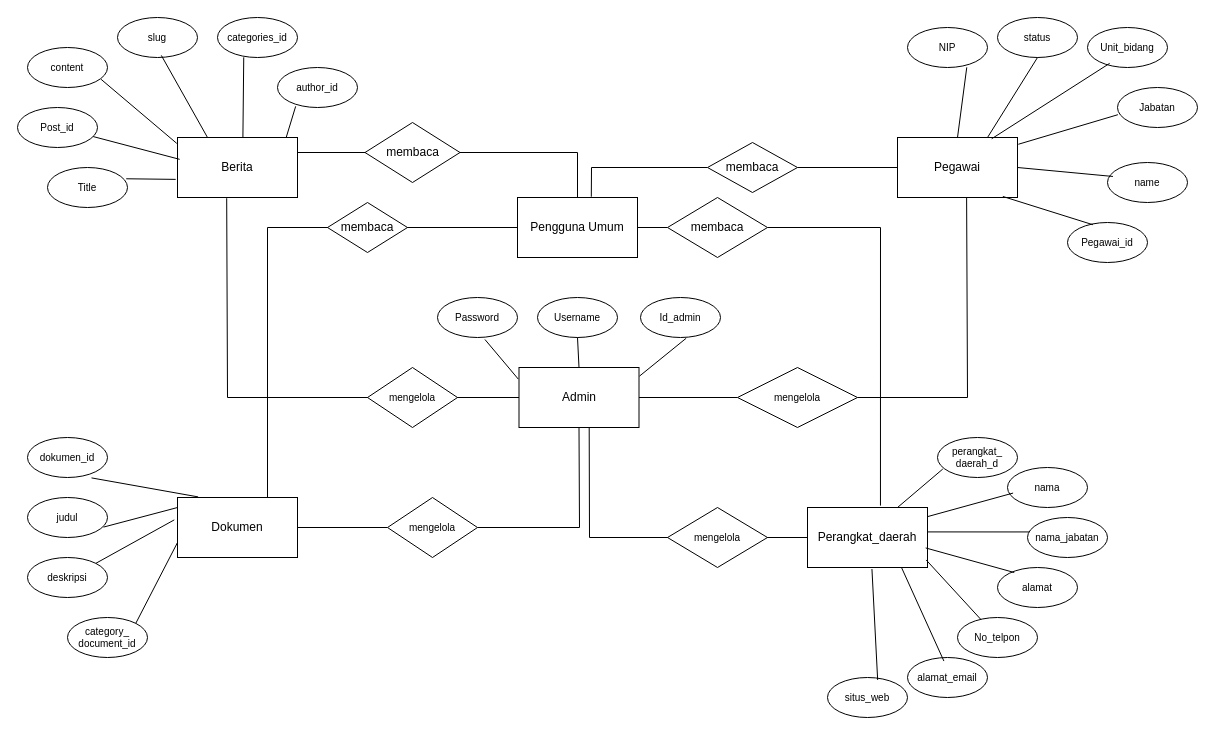
dhmsAdhty/useCase keeps this draw.io diagram as ERD.drawio. Above is the earlier version. Source tidied: cells renumbered, new cells numbered last; positions are measured from the earlier drawing's top-left corner, leaving out a move shared by most shapes. Both pictures are drawn from the tidied source at 100%, with x=0, y=0 at pixel (17, 17).
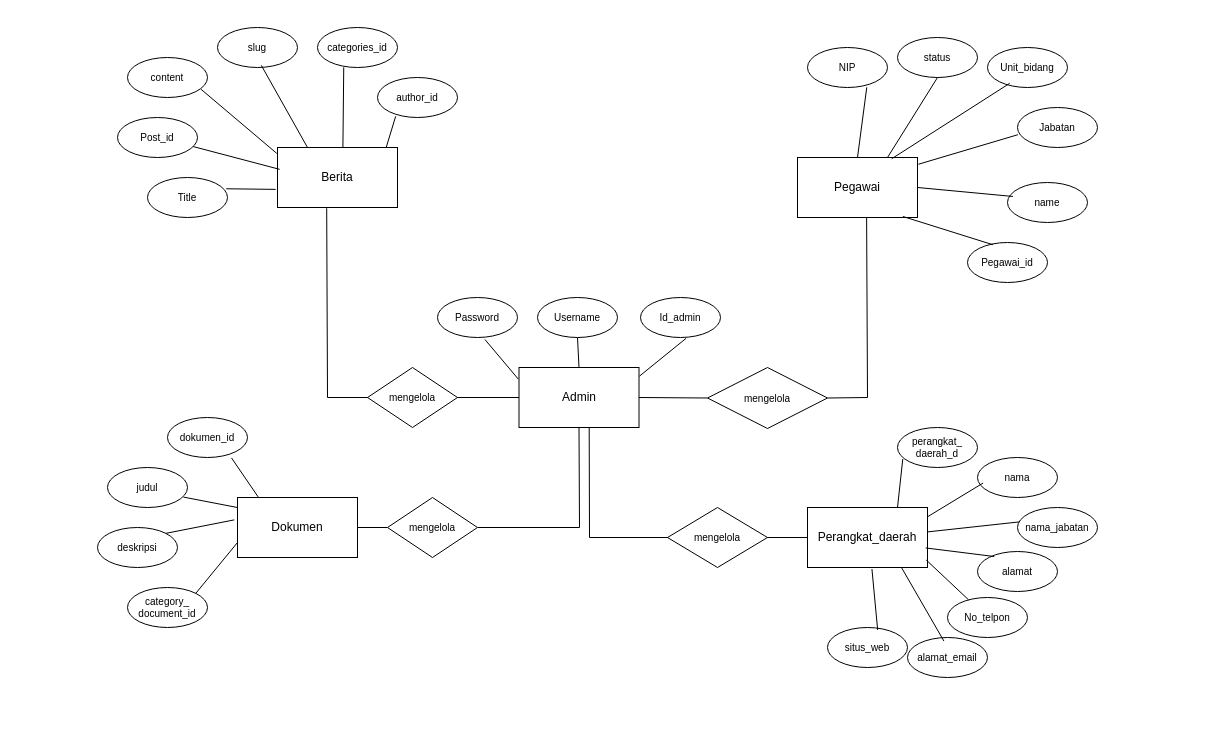
The same page after the edit.

Unchanged cells that the change refers to:
```xml
<mxCell id="2" value="Admin" style="rounded=0;whiteSpace=wrap;html=1;" parent="1" vertex="1">
  <mxGeometry x="501.5" y="350" width="120" height="60" as="geometry" />
</mxCell>
<mxCell id="11" value="Perangkat_daerah" style="rounded=0;whiteSpace=wrap;html=1;" parent="1" vertex="1">
  <mxGeometry x="790" y="490" width="120" height="60" as="geometry" />
</mxCell>
```

Change to the diagram source:
```diff
@@
     <mxCell id="9" value="Berita" style="rounded=0;whiteSpace=wrap;html=1;" parent="1" vertex="1">
-      <mxGeometry x="160" y="120" width="120" height="60" as="geometry" />
+      <mxGeometry x="260" y="130" width="120" height="60" as="geometry" />
     </mxCell>
     <mxCell id="10" value="Pegawai" style="rounded=0;whiteSpace=wrap;html=1;" parent="1" vertex="1">
-      <mxGeometry x="880" y="120" width="120" height="60" as="geometry" />
+      <mxGeometry x="780" y="140" width="120" height="60" as="geometry" />
     </mxCell>
@@
     <mxCell id="12" value="Post_id" style="ellipse;whiteSpace=wrap;html=1;fontSize=10;" parent="1" vertex="1">
-      <mxGeometry y="90" width="80" height="40" as="geometry" />
+      <mxGeometry x="100" y="100" width="80" height="40" as="geometry" />
     </mxCell>
     <mxCell id="13" value="content" style="ellipse;whiteSpace=wrap;html=1;fontSize=10;" parent="1" vertex="1">
-      <mxGeometry x="10" y="30" width="80" height="40" as="geometry" />
+      <mxGeometry x="110" y="40" width="80" height="40" as="geometry" />
     </mxCell>
     <mxCell id="14" value="slug" style="ellipse;whiteSpace=wrap;html=1;fontSize=10;" parent="1" vertex="1">
-      <mxGeometry x="100" width="80" height="40" as="geometry" />
+      <mxGeometry x="200" y="10" width="80" height="40" as="geometry" />
     </mxCell>
     <mxCell id="15" value="categories_id" style="ellipse;whiteSpace=wrap;html=1;fontSize=10;" parent="1" vertex="1">
-      <mxGeometry x="200" width="80" height="40" as="geometry" />
+      <mxGeometry x="300" y="10" width="80" height="40" as="geometry" />
     </mxCell>
     <mxCell id="16" value="author_id" style="ellipse;whiteSpace=wrap;html=1;fontSize=10;" parent="1" vertex="1">
-      <mxGeometry x="260" y="50" width="80" height="40" as="geometry" />
+      <mxGeometry x="360" y="60" width="80" height="40" as="geometry" />
     </mxCell>
     <mxCell id="17" value="Title" style="ellipse;whiteSpace=wrap;html=1;fontSize=10;" parent="1" vertex="1">
-      <mxGeometry x="30" y="150" width="80" height="40" as="geometry" />
+      <mxGeometry x="130" y="160" width="80" height="40" as="geometry" />
     </mxCell>
@@
     <mxCell id="24" value="status" style="ellipse;whiteSpace=wrap;html=1;fontSize=10;" parent="1" vertex="1">
-      <mxGeometry x="980" width="80" height="40" as="geometry" />
+      <mxGeometry x="880" y="20" width="80" height="40" as="geometry" />
     </mxCell>
     <mxCell id="25" value="Unit_bidang" style="ellipse;whiteSpace=wrap;html=1;fontSize=10;" parent="1" vertex="1">
-      <mxGeometry x="1070" y="10" width="80" height="40" as="geometry" />
+      <mxGeometry x="970" y="30" width="80" height="40" as="geometry" />
     </mxCell>
     <mxCell id="26" value="NIP" style="ellipse;whiteSpace=wrap;html=1;fontSize=10;" parent="1" vertex="1">
-      <mxGeometry x="890" y="10" width="80" height="40" as="geometry" />
+      <mxGeometry x="790" y="30" width="80" height="40" as="geometry" />
     </mxCell>
     <mxCell id="27" value="Jabatan" style="ellipse;whiteSpace=wrap;html=1;fontSize=10;" parent="1" vertex="1">
-      <mxGeometry x="1100" y="70" width="80" height="40" as="geometry" />
+      <mxGeometry x="1000" y="90" width="80" height="40" as="geometry" />
     </mxCell>
     <mxCell id="28" value="name" style="ellipse;whiteSpace=wrap;html=1;fontSize=10;" parent="1" vertex="1">
-      <mxGeometry x="1090" y="145" width="80" height="40" as="geometry" />
+      <mxGeometry x="990" y="165" width="80" height="40" as="geometry" />
     </mxCell>
     <mxCell id="29" value="Pegawai_id" style="ellipse;whiteSpace=wrap;html=1;fontSize=10;" parent="1" vertex="1">
-      <mxGeometry x="1050" y="205" width="80" height="40" as="geometry" />
+      <mxGeometry x="950" y="225" width="80" height="40" as="geometry" />
     </mxCell>
@@
     <mxCell id="36" value="Dokumen" style="rounded=0;whiteSpace=wrap;html=1;" parent="1" vertex="1">
-      <mxGeometry x="160" y="480" width="120" height="60" as="geometry" />
+      <mxGeometry x="220" y="480" width="120" height="60" as="geometry" />
     </mxCell>
     <mxCell id="37" value="&lt;div&gt;category_&lt;/div&gt;&lt;div&gt;document_id&lt;br&gt;&lt;/div&gt;" style="ellipse;whiteSpace=wrap;html=1;fontSize=10;" parent="1" vertex="1">
-      <mxGeometry x="50" y="600" width="80" height="40" as="geometry" />
+      <mxGeometry x="110" y="570" width="80" height="40" as="geometry" />
     </mxCell>
     <mxCell id="38" value="deskripsi" style="ellipse;whiteSpace=wrap;html=1;fontSize=10;" parent="1" vertex="1">
-      <mxGeometry x="10" y="540" width="80" height="40" as="geometry" />
+      <mxGeometry x="80" y="510" width="80" height="40" as="geometry" />
     </mxCell>
     <mxCell id="39" value="judul" style="ellipse;whiteSpace=wrap;html=1;fontSize=10;" parent="1" vertex="1">
-      <mxGeometry x="10" y="480" width="80" height="40" as="geometry" />
+      <mxGeometry x="90" y="450" width="80" height="40" as="geometry" />
     </mxCell>
     <mxCell id="40" value="dokumen_id" style="ellipse;whiteSpace=wrap;html=1;fontSize=10;" parent="1" vertex="1">
-      <mxGeometry x="10" y="420" width="80" height="40" as="geometry" />
+      <mxGeometry x="150" y="400" width="80" height="40" as="geometry" />
     </mxCell>
@@
     <mxCell id="45" value="&lt;div&gt;perangkat_&lt;/div&gt;&lt;div&gt;daerah_d&lt;/div&gt;" style="ellipse;whiteSpace=wrap;html=1;fontSize=10;" parent="1" vertex="1">
-      <mxGeometry x="920" y="420" width="80" height="40" as="geometry" />
+      <mxGeometry x="880" y="410" width="80" height="40" as="geometry" />
     </mxCell>
     <mxCell id="46" value="nama" style="ellipse;whiteSpace=wrap;html=1;fontSize=10;" parent="1" vertex="1">
-      <mxGeometry x="990" y="450" width="80" height="40" as="geometry" />
+      <mxGeometry x="960" y="440" width="80" height="40" as="geometry" />
     </mxCell>
     <mxCell id="47" value="nama_jabatan" style="ellipse;whiteSpace=wrap;html=1;fontSize=10;" parent="1" vertex="1">
-      <mxGeometry x="1010" y="500" width="80" height="40" as="geometry" />
+      <mxGeometry x="1000" y="490" width="80" height="40" as="geometry" />
     </mxCell>
     <mxCell id="48" value="alamat" style="ellipse;whiteSpace=wrap;html=1;fontSize=10;" parent="1" vertex="1">
-      <mxGeometry x="980" y="550" width="80" height="40" as="geometry" />
+      <mxGeometry x="960" y="534" width="80" height="40" as="geometry" />
     </mxCell>
     <mxCell id="49" value="No_telpon" style="ellipse;whiteSpace=wrap;html=1;fontSize=10;" parent="1" vertex="1">
-      <mxGeometry x="940" y="600" width="80" height="40" as="geometry" />
+      <mxGeometry x="930" y="580" width="80" height="40" as="geometry" />
     </mxCell>
     <mxCell id="50" value="alamat_email" style="ellipse;whiteSpace=wrap;html=1;fontSize=10;" parent="1" vertex="1">
-      <mxGeometry x="890" y="640" width="80" height="40" as="geometry" />
+      <mxGeometry x="890" y="620" width="80" height="40" as="geometry" />
     </mxCell>
     <mxCell id="51" value="situs_web" style="ellipse;whiteSpace=wrap;html=1;fontSize=10;" parent="1" vertex="1">
-      <mxGeometry x="810" y="660" width="80" height="40" as="geometry" />
+      <mxGeometry x="810" y="610" width="80" height="40" as="geometry" />
     </mxCell>
@@
-    <mxCell id="59" value="Pengguna Umum" style="rounded=0;whiteSpace=wrap;html=1;" parent="1" vertex="1">
-      <mxGeometry x="500" y="180" width="120" height="60" as="geometry" />
-    </mxCell>
     <mxCell id="60" style="endArrow=none;html=1;rounded=0;entryX=0.41;entryY=1.012;entryDx=0;entryDy=0;entryPerimeter=0;exitX=0;exitY=0.5;exitDx=0;exitDy=0;" parent="1" edge="1" source="2" target="9">
       <mxGeometry relative="1" as="geometry">
         <Array as="points">
-          <mxPoint x="210" y="380" />
+          <mxPoint x="310" y="380" />
         </Array>
       </mxGeometry>
     </mxCell>
@@
     <mxCell id="67" style="endArrow=none;html=1;rounded=0;exitX=1;exitY=0.5;exitDx=0;exitDy=0;entryX=0.576;entryY=1.009;entryDx=0;entryDy=0;entryPerimeter=0;" parent="1" edge="1" source="69" target="10">
       <mxGeometry relative="1" as="geometry">
         <Array as="points">
-          <mxPoint x="950" y="380" />
+          <mxPoint x="850" y="380" />
         </Array>
       </mxGeometry>
     </mxCell>
@@
     <mxCell id="69" value="mengelola" style="rhombus;whiteSpace=wrap;html=1;fontSize=10;" parent="1" vertex="1">
-      <mxGeometry x="720" y="350" width="120" height="60" as="geometry" />
+      <mxGeometry x="690" y="350" width="120" height="61" as="geometry" />
     </mxCell>
-    <mxCell id="70" style="endArrow=none;html=1;rounded=0;entryX=0.5;entryY=0;entryDx=0;entryDy=0;exitX=1;exitY=0.5;exitDx=0;exitDy=0;" parent="1" edge="1" source="72" target="59">
-      <mxGeometry relative="1" as="geometry">
-        <Array as="points">
-          <mxPoint x="560" y="135" />
-        </Array>
-      </mxGeometry>
-    </mxCell>
-    <mxCell id="71" style="endArrow=none;html=1;rounded=0;entryX=0;entryY=0.5;entryDx=0;entryDy=0;exitX=1;exitY=0.25;exitDx=0;exitDy=0;" parent="1" edge="1" source="9" target="72">
-      <mxGeometry relative="1" as="geometry" />
-    </mxCell>
-    <mxCell id="72" value="membaca" style="rhombus;whiteSpace=wrap;html=1;" parent="1" vertex="1">
-      <mxGeometry x="347.5" y="105" width="95" height="60" as="geometry" />
-    </mxCell>
-    <mxCell id="73" style="endArrow=none;html=1;rounded=0;entryX=0;entryY=0.5;entryDx=0;entryDy=0;exitX=1;exitY=0.5;exitDx=0;exitDy=0;" parent="1" edge="1" source="75" target="10">
-      <mxGeometry relative="1" as="geometry" />
-    </mxCell>
-    <mxCell id="74" style="endArrow=none;html=1;rounded=0;entryX=0;entryY=0.5;entryDx=0;entryDy=0;exitX=0.615;exitY=-0.013;exitDx=0;exitDy=0;exitPerimeter=0;" parent="1" edge="1" source="59" target="75">
-      <mxGeometry relative="1" as="geometry">
-        <Array as="points">
-          <mxPoint x="574" y="150" />
-        </Array>
-      </mxGeometry>
-    </mxCell>
-    <mxCell id="75" value="membaca" style="rhombus;whiteSpace=wrap;html=1;" parent="1" vertex="1">
-      <mxGeometry x="690" y="125" width="90" height="50" as="geometry" />
-    </mxCell>
-    <mxCell id="76" style="endArrow=none;html=1;rounded=0;entryX=1;entryY=0.5;entryDx=0;entryDy=0;exitX=0;exitY=0.5;exitDx=0;exitDy=0;" parent="1" edge="1" source="78" target="59">
-      <mxGeometry relative="1" as="geometry" />
-    </mxCell>
-    <mxCell id="77" style="endArrow=none;html=1;rounded=0;entryX=1;entryY=0.5;entryDx=0;entryDy=0;exitX=0.608;exitY=-0.032;exitDx=0;exitDy=0;exitPerimeter=0;" parent="1" edge="1" source="11" target="78">
-      <mxGeometry relative="1" as="geometry">
-        <Array as="points">
-          <mxPoint x="863" y="210" />
-        </Array>
-      </mxGeometry>
-    </mxCell>
-    <mxCell id="78" value="membaca" style="rhombus;whiteSpace=wrap;html=1;" parent="1" vertex="1">
-      <mxGeometry x="650" y="180" width="100" height="60" as="geometry" />
-    </mxCell>
-    <mxCell id="79" style="endArrow=none;html=1;rounded=0;entryX=0;entryY=0.5;entryDx=0;entryDy=0;exitX=0.75;exitY=0;exitDx=0;exitDy=0;" parent="1" edge="1" source="36" target="59">
-      <mxGeometry relative="1" as="geometry">
-        <Array as="points">
-          <mxPoint x="250" y="210" />
-        </Array>
-      </mxGeometry>
-    </mxCell>
-    <mxCell id="80" value="membaca" style="rhombus;whiteSpace=wrap;html=1;" parent="1" vertex="1">
-      <mxGeometry x="310" y="185" width="80" height="50" as="geometry" />
-    </mxCell>
```
